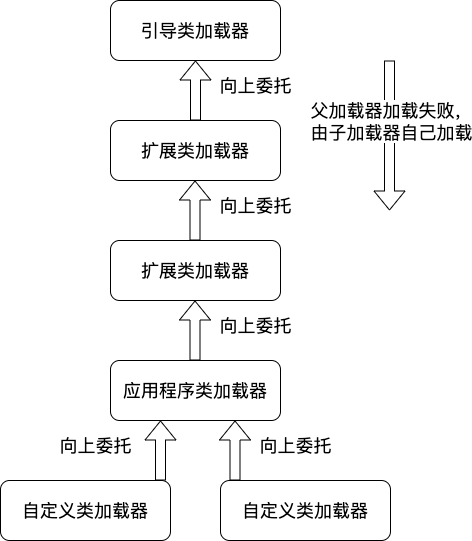
Earlier version of the draw.io export jvm/images/双亲委派机制.png (yinyg/notes). Source tidied: cells renumbered, new cells last; positions are measured from the earlier drawing's top-left corner, leaving out a move shared by most shapes.
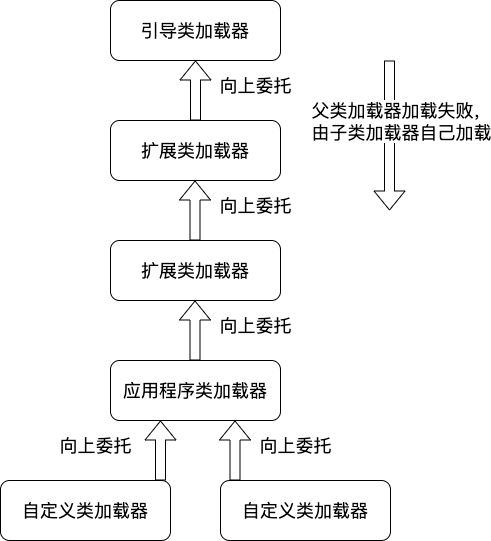
Later version of the same file.

Commit message:
Update 双亲委派机制.png

The edit, as a diff of the source:
```diff
@@ -48,8 +48,8 @@
         </Array>
       </mxGeometry>
     </mxCell>
-    <mxCell id="15" value="父加载器加载失败，&lt;br&gt;由子加载器自己加载" style="edgeLabel;html=1;align=center;verticalAlign=middle;fontSize=18;" parent="1" vertex="1">
-      <mxGeometry x="390" y="120" as="geometry" />
+    <mxCell id="15" value="父类加载器加载失败，&lt;br&gt;由子类加载器自己加载" style="edgeLabel;html=1;align=center;verticalAlign=middle;fontSize=18;" parent="1" vertex="1">
+      <mxGeometry x="400" y="120" as="geometry" />
     </mxCell>
     <mxCell id="16" style="edgeStyle=orthogonalEdgeStyle;shape=flexArrow;rounded=0;orthogonalLoop=1;jettySize=auto;html=1;exitX=0.5;exitY=0;exitDx=0;exitDy=0;fontSize=18;" parent="1" edge="1">
       <mxGeometry relative="1" as="geometry">
```
